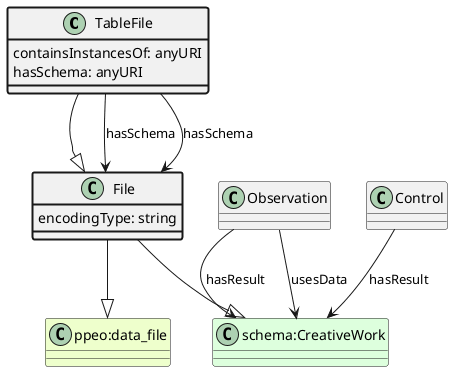
This is ttl_uml/ttl_appn_TableFile.png from aus-plant-phenomics-network/appn-schema, a PlantUML export, as it was before one commit. Source of this version:
```plantuml
@startuml
class TableFile  #line.bold
class File
class "schema:CreativeWork" #DDFFDD
File --|> "schema:CreativeWork"
class "ppeo:data_file" #EEFFCC
File --|> "ppeo:data_file"
TableFile --|> File
class TableFile #line.bold {
    containsInstancesOf: anyURI
}
class TableFile #line.bold {
    hasSchema: anyURI
}
class File
TableFile --> File : hasSchema
class File #line.bold {
    encodingType: string
}
TableFile --> File : hasSchema
class Observation
Observation --> "schema:CreativeWork" : hasResult
class Control
Control --> "schema:CreativeWork" : hasResult
class Observation
Observation --> "schema:CreativeWork" : usesData
@enduml
```
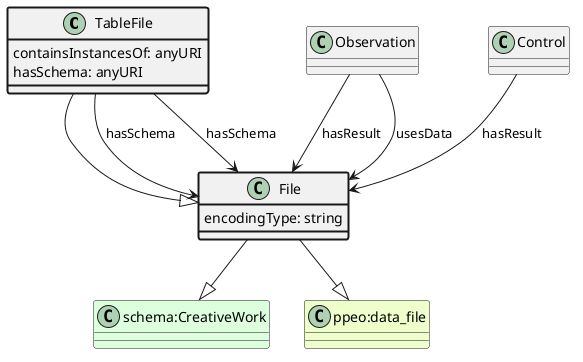
Later version of the same file.

The edit, as a diff of the source:
```diff
@@ -14,14 +14,14 @@
 }
 class File
 TableFile --> File : hasSchema
+class Observation
+Observation --> File : hasResult
+class Control
+Control --> File : hasResult
+class Observation
+Observation --> File : usesData
 class File #line.bold {
     encodingType: string
 }
 TableFile --> File : hasSchema
-class Observation
-Observation --> "schema:CreativeWork" : hasResult
-class Control
-Control --> "schema:CreativeWork" : hasResult
-class Observation
-Observation --> "schema:CreativeWork" : usesData
 @enduml
```
